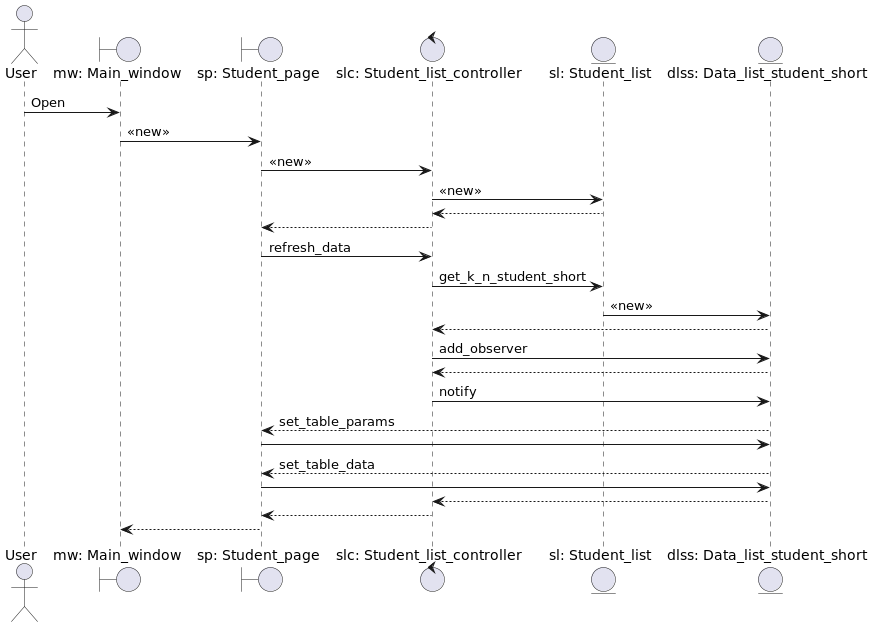
Earlier version of the PlantUML export Lab2/Student/diagrams/sequence_diagrams/open_window.png (VitalijGolovij/PatternProgLabs). The source it was exported from:
```plantuml
@startuml



actor       User                                as user
boundary    "mw: Main_window"                   as mw
boundary    "sp: Student_page"                  as sp
control     "slc: Student_list_controller"      as slc
entity      "sl: Student_list"                  as sl
entity      "dlss: Data_list_student_short"     as dlss

user -> mw : Open
mw -> sp : <<new>>
sp -> slc : <<new>>
slc -> sl : <<new>>
sl --> slc
slc --> sp
sp -> slc : refresh_data
slc -> sl : get_k_n_student_short
sl -> dlss : <<new>>
dlss --> slc
slc -> dlss : add_observer
dlss --> slc
slc -> dlss : notify
dlss --> sp : set_table_params
sp -> dlss
dlss --> sp : set_table_data
sp -> dlss
dlss --> slc
slc --> sp
sp --> mw

@enduml
```
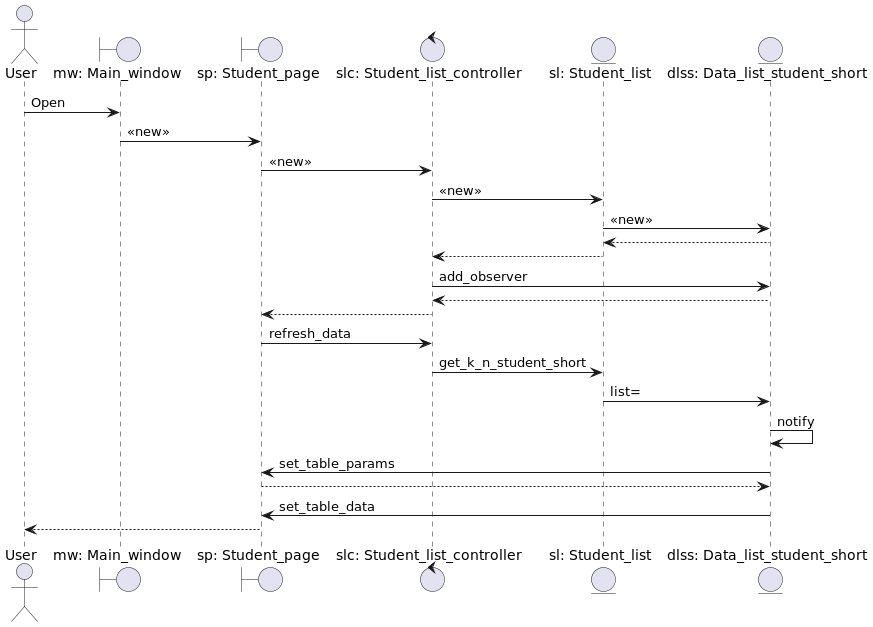
Later version of the same file.

Commit message:
экземпляр data_list теперь не меняется + смены страниц

Change to the diagram source:
```diff
@@ -13,21 +13,19 @@
 mw -> sp : <<new>>
 sp -> slc : <<new>>
 slc -> sl : <<new>>
-sl --> slc
-slc --> sp
+sl -> dlss : <<new>>
+sl <-- dlss
+slc <-- sl
+slc -> dlss : add_observer
+slc <-- dlss
+sp <-- slc
 sp -> slc : refresh_data
 slc -> sl : get_k_n_student_short
-sl -> dlss : <<new>>
-dlss --> slc
-slc -> dlss : add_observer
-dlss --> slc
-slc -> dlss : notify
-dlss --> sp : set_table_params
-sp -> dlss
-dlss --> sp : set_table_data
-sp -> dlss
-dlss --> slc
-slc --> sp
-sp --> mw
+sl -> dlss : list=
+dlss -> dlss : notify
+sp <- dlss : set_table_params
+sp --> dlss
+sp <- dlss : set_table_data
+user <-- sp
 
 @enduml
```
